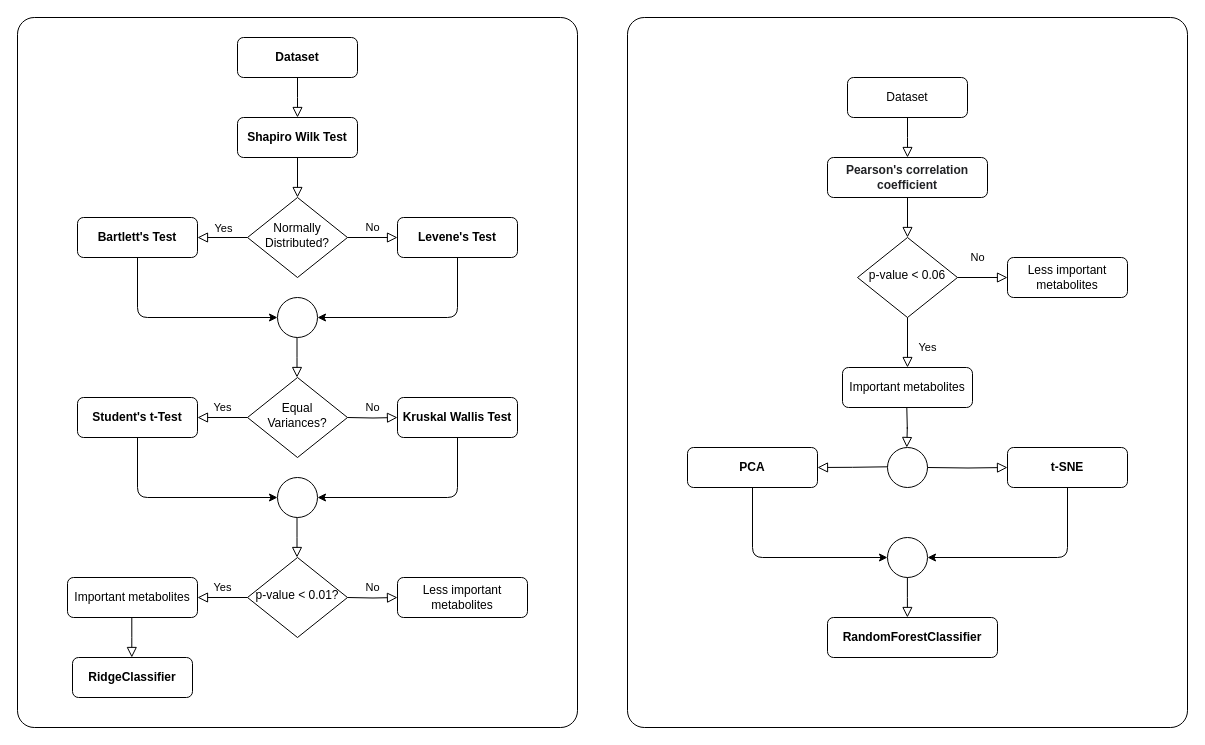
The draw.io diagram final and best approach/Untitled Diagram.drawio in utshabkg/lung_cancer_biomarker, before the edit. Source tidied: cells renumbered, new cells numbered last; positions are measured from the earlier drawing's top-left corner, leaving out a move shared by most shapes. Both pictures are drawn from the tidied source at 100%, with x=0, y=0 at pixel (17, 17).
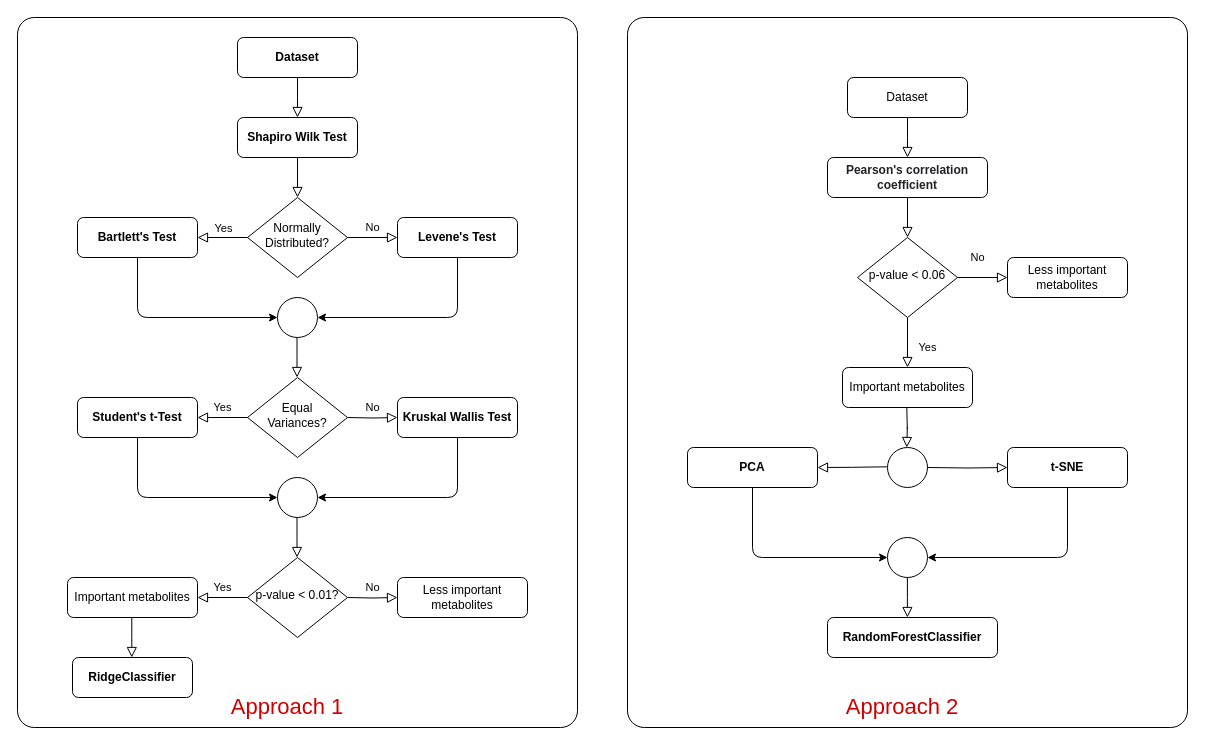
Above is the later version.

Unchanged cells that the change refers to:
```xml
<mxCell id="2" style="group;" parent="1" vertex="1">
  <mxGeometry x="610" width="560" height="710" as="geometry" />
</mxCell>
<mxCell id="24" style="group;" parent="1" vertex="1">
  <mxGeometry width="560" height="710" as="geometry" />
</mxCell>
```

What changed in the source:
```diff
@@
+    <mxCell id="55" value="&lt;font style=&quot;font-size: 22px&quot; color=&quot;#cc0000&quot;&gt;Approach 2&lt;/font&gt;" style="text;html=1;strokeColor=none;fillColor=none;align=center;verticalAlign=middle;whiteSpace=wrap;rounded=0;" parent="2" vertex="1">
+      <mxGeometry x="205" y="680" width="140" height="20" as="geometry" />
+    </mxCell>
@@
+    <mxCell id="56" value="&lt;font style=&quot;font-size: 22px&quot; color=&quot;#cc0000&quot;&gt;Approach 1&lt;/font&gt;" style="text;html=1;strokeColor=none;fillColor=none;align=center;verticalAlign=middle;whiteSpace=wrap;rounded=0;" parent="24" vertex="1">
+      <mxGeometry x="200" y="680" width="140" height="20" as="geometry" />
+    </mxCell>
```
